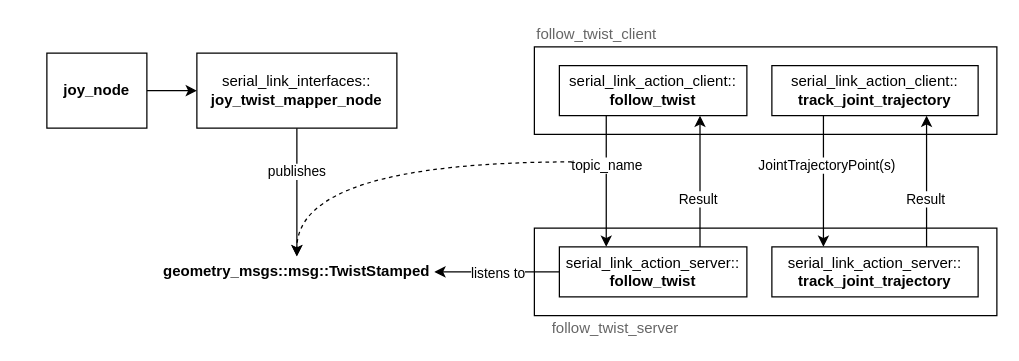
This is page "Follow Twist" (3 of 4) of doc/client_class_diagrams.drawio from Woolfrey/client_serial_link, a draw.io file, before an edit. Source tidied: cells renumbered, new cells numbered last; positions are measured from the earlier drawing's top-left corner, leaving out a move shared by most shapes. Both pictures are drawn from the tidied source at 125%, with x=0, y=0 at pixel (46, 21).
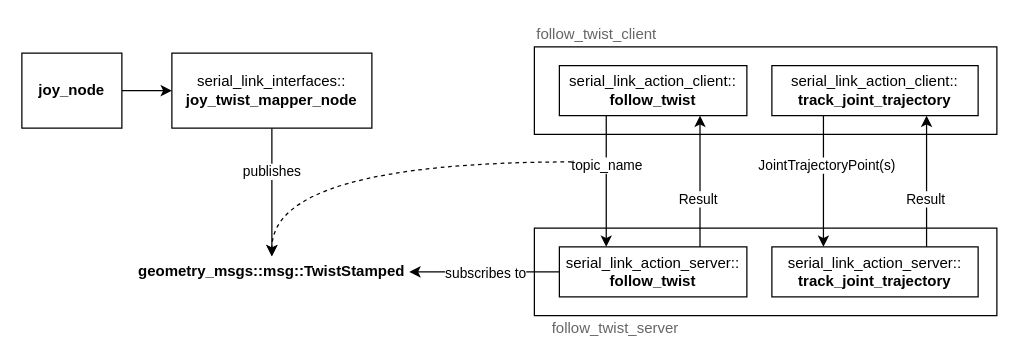
After the change.

Commit message (it also covers changes not shown here):
Fixed 'listens' -> 'subscribes'

Unchanged cells that the change refers to:
```xml
<mxCell id="11" style="edgeStyle=orthogonalEdgeStyle;rounded=0;jettySize=auto;html=1;" parent="1" edge="1" source="13" target="17">
  <mxGeometry relative="1" as="geometry" />
</mxCell>
```

The edit, as a diff of the source:
```diff
@@
-    <mxCell id="12" value="listens to" style="edgeLabel;html=1;align=center;verticalAlign=middle;" parent="11" vertex="1">
+    <mxCell id="12" value="subscribes to" style="edgeLabel;html=1;align=center;verticalAlign=middle;" parent="11" vertex="1">
       <mxGeometry relative="1" as="geometry" />
     </mxCell>
@@
     <mxCell id="17" value="geometry_msgs::msg::TwistStamped" style="text;html=1;strokeColor=none;fillColor=none;align=center;verticalAlign=middle;whiteSpace=wrap;rounded=0;fontStyle=1;" parent="1" vertex="1">
-      <mxGeometry x="90" y="187.5" width="220" height="25" as="geometry" />
+      <mxGeometry x="70" y="187.5" width="220" height="25" as="geometry" />
     </mxCell>
@@
     <mxCell id="19" value="serial_link_interfaces::&lt;br&gt;&lt;b&gt;joy_twist_mapper_node&lt;/b&gt;" style="rounded=0;whiteSpace=wrap;html=1;align=center;" parent="1" vertex="1">
-      <mxGeometry x="120" y="25" width="160" height="60" as="geometry" />
+      <mxGeometry x="100" y="25" width="160" height="60" as="geometry" />
     </mxCell>
@@
     <mxCell id="25" value="&lt;b&gt;joy_node&lt;/b&gt;" style="rounded=0;whiteSpace=wrap;html=1;align=center;" parent="1" vertex="1">
-      <mxGeometry y="25" width="80" height="60" as="geometry" />
+      <mxGeometry x="-20" y="25" width="80" height="60" as="geometry" />
     </mxCell>
```
